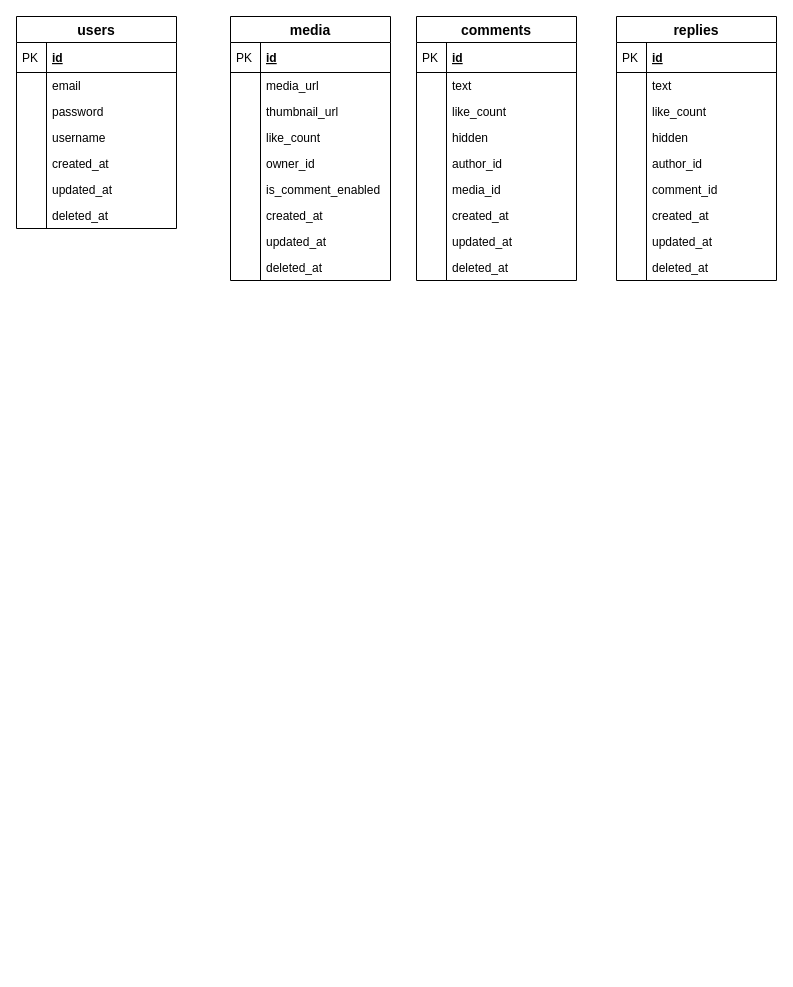
The draw.io diagram services/instagramming-server/instagramming-erd.drawio in noahluftyang/portfolio, before the edit. Source tidied: cells renumbered, new cells numbered last; positions are measured from the earlier drawing's top-left corner, leaving out a move shared by most shapes. Both pictures are drawn from the tidied source at 100%, with x=0, y=0 at pixel (16, 16).
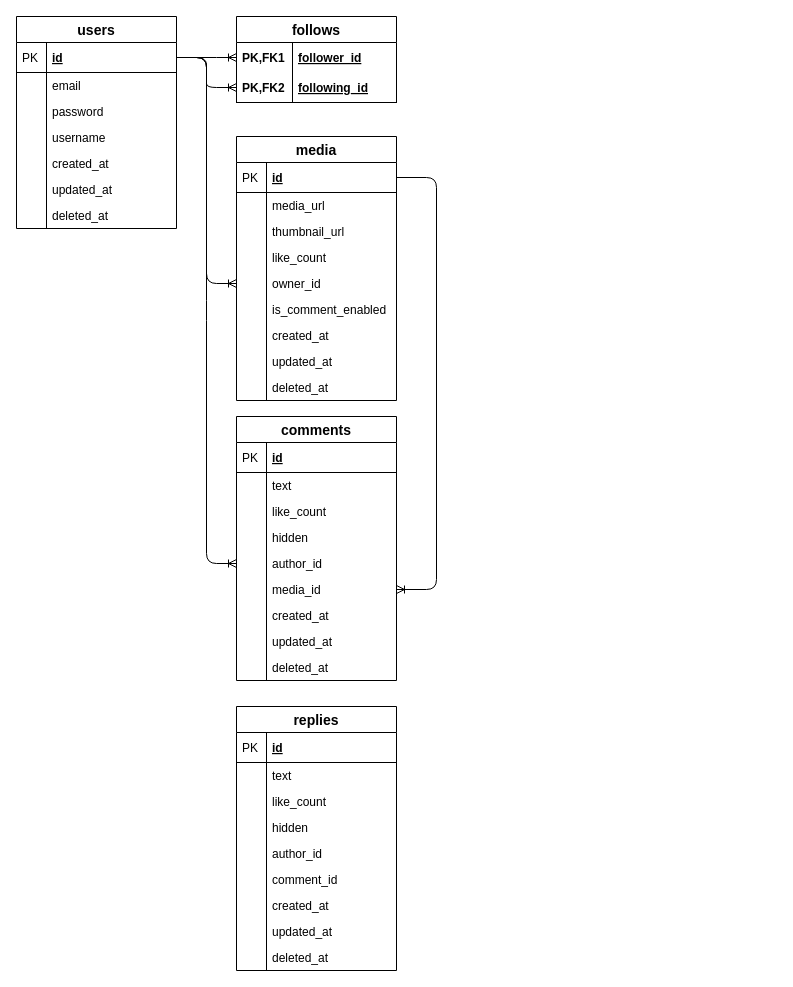
The same page after the edit.

Unchanged cells that the change refers to:
```xml
<mxCell id="3" value="id" style="shape=partialRectangle;top=0;left=0;right=0;bottom=1;align=left;verticalAlign=middle;fillColor=none;spacingLeft=34;spacingRight=4;overflow=hidden;points=[[0,0.5],[1,0.5]];portConstraint=eastwest;fontStyle=5;fontSize=12;" parent="2" vertex="1">
  <mxGeometry y="26" width="160" height="30" as="geometry" />
</mxCell>
<mxCell id="18" value="id" style="shape=partialRectangle;top=0;left=0;right=0;bottom=1;align=left;verticalAlign=middle;fillColor=none;spacingLeft=34;spacingRight=4;overflow=hidden;points=[[0,0.5],[1,0.5]];portConstraint=eastwest;fontStyle=5;fontSize=12;" parent="17" vertex="1">
  <mxGeometry y="26" width="160" height="30" as="geometry" />
</mxCell>
<mxCell id="26" value="owner_id" style="shape=partialRectangle;top=0;left=0;right=0;bottom=0;align=left;verticalAlign=top;fillColor=none;spacingLeft=34;spacingRight=4;overflow=hidden;points=[[0,0.5],[1,0.5]];portConstraint=eastwest;fontSize=12;" parent="17" vertex="1">
  <mxGeometry y="134" width="160" height="26" as="geometry" />
</mxCell>
<mxCell id="45" value="author_id" style="shape=partialRectangle;top=0;left=0;right=0;bottom=0;align=left;verticalAlign=top;fillColor=none;spacingLeft=34;spacingRight=4;overflow=hidden;points=[[0,0.5],[1,0.5]];portConstraint=eastwest;fontSize=12;" parent="36" vertex="1">
  <mxGeometry y="134" width="160" height="26" as="geometry" />
</mxCell>
<mxCell id="47" value="media_id" style="shape=partialRectangle;top=0;left=0;right=0;bottom=0;align=left;verticalAlign=top;fillColor=none;spacingLeft=34;spacingRight=4;overflow=hidden;points=[[0,0.5],[1,0.5]];portConstraint=eastwest;fontSize=12;" parent="36" vertex="1">
  <mxGeometry y="160" width="160" height="26" as="geometry" />
</mxCell>
```

Change to the diagram source:
```diff
@@
+    <mxCell id="74" style="edgeStyle=entityRelationEdgeStyle;fontSize=12;html=1;endArrow=ERoneToMany;exitX=1;exitY=0.5;exitDx=0;exitDy=0;entryX=0;entryY=0.5;entryDx=0;entryDy=0;" parent="1" edge="1" source="3" target="77">
+      <mxGeometry relative="1" as="geometry" />
+    </mxCell>
+    <mxCell id="75" style="edgeStyle=entityRelationEdgeStyle;fontSize=12;html=1;endArrow=ERoneToMany;exitX=1;exitY=0.5;exitDx=0;exitDy=0;entryX=0;entryY=0.5;entryDx=0;entryDy=0;" parent="1" edge="1" source="3" target="79">
+      <mxGeometry relative="1" as="geometry" />
+    </mxCell>
+    <mxCell id="76" value="follows" style="swimlane;fontStyle=1;horizontal=1;startSize=26;align=center;fontSize=14;" parent="1" vertex="1">
+      <mxGeometry x="220" width="160" height="86" as="geometry" />
+    </mxCell>
+    <mxCell id="77" value="follower_id" style="shape=partialRectangle;top=0;left=0;right=0;bottom=0;align=left;verticalAlign=middle;fillColor=none;spacingLeft=60;spacingRight=4;overflow=hidden;points=[[0,0.5],[1,0.5]];portConstraint=eastwest;fontStyle=5;fontSize=12;" parent="76" vertex="1">
+      <mxGeometry y="26" width="160" height="30" as="geometry" />
+    </mxCell>
+    <mxCell id="78" value="PK,FK1" style="shape=partialRectangle;fontStyle=1;top=0;left=0;bottom=0;fillColor=none;align=left;verticalAlign=middle;spacingLeft=4;spacingRight=4;overflow=hidden;fontSize=12;" parent="77" vertex="1">
+      <mxGeometry width="56" height="30" as="geometry" />
+    </mxCell>
+    <mxCell id="79" value="following_id" style="shape=partialRectangle;top=0;left=0;right=0;bottom=1;align=left;verticalAlign=middle;fillColor=none;spacingLeft=60;spacingRight=4;overflow=hidden;points=[[0,0.5],[1,0.5]];portConstraint=eastwest;fontStyle=5;fontSize=12;" parent="76" vertex="1">
+      <mxGeometry y="56" width="160" height="30" as="geometry" />
+    </mxCell>
+    <mxCell id="80" value="PK,FK2" style="shape=partialRectangle;fontStyle=1;top=0;left=0;bottom=0;fillColor=none;align=left;verticalAlign=middle;spacingLeft=4;spacingRight=4;overflow=hidden;fontSize=12;" parent="79" vertex="1">
+      <mxGeometry width="56" height="30" as="geometry" />
+    </mxCell>
     <mxCell id="17" value="media" style="swimlane;fontStyle=1;horizontal=1;startSize=26;align=center;fontSize=14;" parent="1" vertex="1">
-      <mxGeometry x="214" width="160" height="264" as="geometry" />
+      <mxGeometry x="220" y="120" width="160" height="264" as="geometry" />
     </mxCell>
@@
+    <mxCell id="81" style="edgeStyle=entityRelationEdgeStyle;fontSize=12;html=1;endArrow=ERoneToMany;exitX=1;exitY=0.5;exitDx=0;exitDy=0;entryX=0;entryY=0.5;entryDx=0;entryDy=0;" parent="1" edge="1" source="3" target="26">
+      <mxGeometry relative="1" as="geometry" />
+    </mxCell>
     <mxCell id="36" value="comments" style="swimlane;fontStyle=1;horizontal=1;startSize=26;align=center;fontSize=14;" parent="1" vertex="1">
-      <mxGeometry x="400" width="160" height="264" as="geometry" />
+      <mxGeometry x="220" y="400" width="160" height="264" as="geometry" />
     </mxCell>
@@
+    <mxCell id="82" style="edgeStyle=entityRelationEdgeStyle;fontSize=12;html=1;endArrow=ERoneToMany;exitX=1;exitY=0.5;exitDx=0;exitDy=0;entryX=0;entryY=0.5;entryDx=0;entryDy=0;" parent="1" edge="1" source="3" target="45">
+      <mxGeometry relative="1" as="geometry" />
+    </mxCell>
+    <mxCell id="83" style="edgeStyle=orthogonalEdgeStyle;fontSize=12;html=1;endArrow=ERoneToMany;exitX=1;exitY=0.5;exitDx=0;exitDy=0;entryX=1;entryY=0.5;entryDx=0;entryDy=0;" parent="1" edge="1" source="18" target="47">
+      <mxGeometry relative="1" as="geometry">
+        <Array as="points">
+          <mxPoint x="420" y="161" />
+          <mxPoint x="420" y="573" />
+        </Array>
+      </mxGeometry>
+    </mxCell>
     <mxCell id="55" value="replies" style="swimlane;fontStyle=1;horizontal=1;startSize=26;align=center;fontSize=14;" parent="1" vertex="1">
-      <mxGeometry x="600" width="160" height="264" as="geometry" />
+      <mxGeometry x="220" y="690" width="160" height="264" as="geometry" />
     </mxCell>
```
